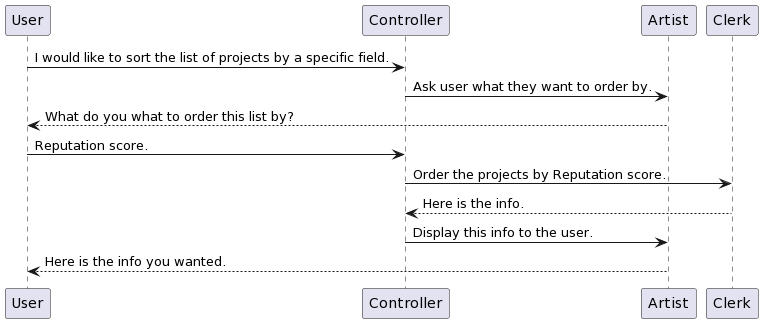
Earlier version of the PlantUML export 03_Elaboration/images/user_story_sort_list.png (garthmortensen/BetterCryptoBureau). The source it was exported from:
```plantuml
@startuml
User -> Controller: I would like to sort the list of projects by a specific field.
Controller -> Artist: Ask user what they want to order by.
Artist --> User: What do you what to order this list by?
User -> Controller: Reputation score.
Controller -> Clerk: Order the projects by Reputation score.
Clerk --> Controller: Here is the info.
Controller -> Artist: Display this info to the user.
Artist --> User: Here is the info you wanted.
@enduml
```
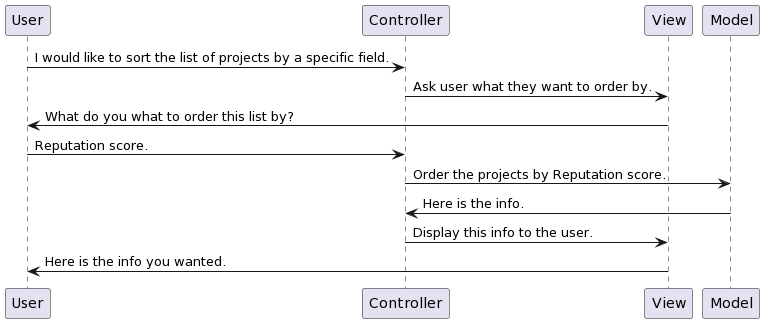
Above is the later version.

Diff of the diagram source:
```diff
@@ -1,10 +1,10 @@
 @startuml
 User -> Controller: I would like to sort the list of projects by a specific field.
-Controller -> Artist: Ask user what they want to order by.
-Artist --> User: What do you what to order this list by?
+Controller -> View: Ask user what they want to order by.
+View -> User: What do you what to order this list by?
 User -> Controller: Reputation score.
-Controller -> Clerk: Order the projects by Reputation score.
-Clerk --> Controller: Here is the info.
-Controller -> Artist: Display this info to the user.
-Artist --> User: Here is the info you wanted.
+Controller -> Model: Order the projects by Reputation score.
+Model -> Controller: Here is the info.
+Controller -> View: Display this info to the user.
+View -> User: Here is the info you wanted.
 @enduml
```
